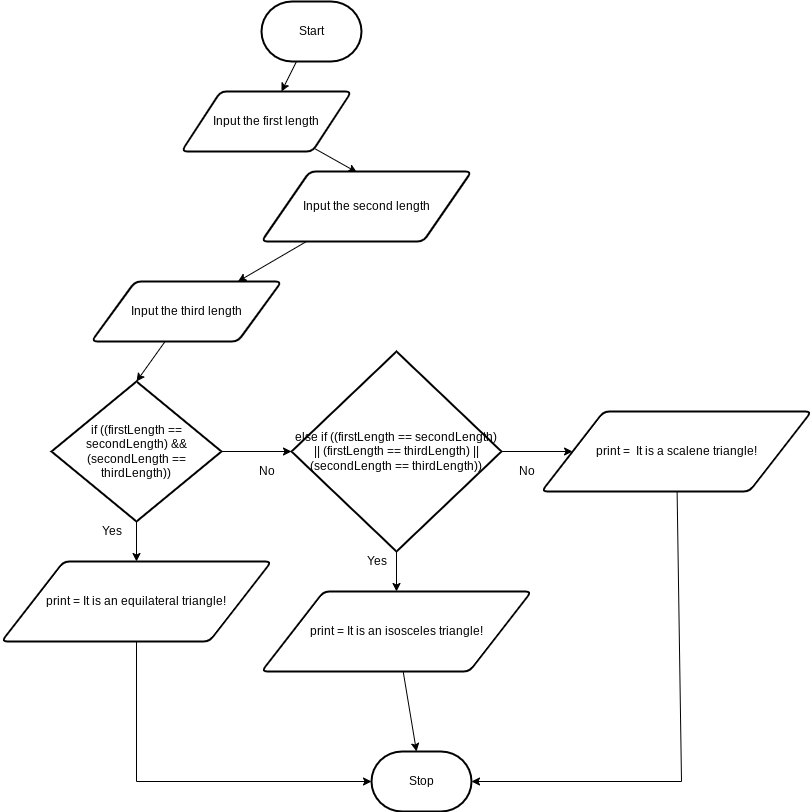
This is design/flow-chart.png from Kenny-Le-281/ICS2O-Unit5-05-HTML, a draw.io export, as it was before one commit. Source tidied: cells renumbered, new cells last; positions are measured from the earlier drawing's top-left corner, leaving out a move shared by most shapes. The source it was exported from:
```xml
<mxGraphModel>
  <root>
    <mxCell id="0" />
    <mxCell id="1" parent="0" />
    <mxCell id="2" style="edgeStyle=none;html=1;" parent="1" edge="1" source="3" target="5">
      <mxGeometry relative="1" as="geometry" />
    </mxCell>
    <mxCell id="3" value="Start" style="strokeWidth=2;html=1;shape=mxgraph.flowchart.terminator;whiteSpace=wrap;" parent="1" vertex="1">
      <mxGeometry x="260" width="100" height="60" as="geometry" />
    </mxCell>
    <mxCell id="4" style="edgeStyle=none;html=1;entryX=0.454;entryY=0.011;entryDx=0;entryDy=0;entryPerimeter=0;" parent="1" edge="1" source="5" target="7">
      <mxGeometry relative="1" as="geometry" />
    </mxCell>
    <mxCell id="5" value="Input the first length" style="shape=parallelogram;html=1;strokeWidth=2;perimeter=parallelogramPerimeter;whiteSpace=wrap;rounded=1;arcSize=12;size=0.23;" parent="1" vertex="1">
      <mxGeometry x="180" y="90" width="170" height="60" as="geometry" />
    </mxCell>
    <mxCell id="6" style="edgeStyle=none;html=1;" parent="1" edge="1" source="7" target="9">
      <mxGeometry relative="1" as="geometry" />
    </mxCell>
    <mxCell id="7" value="Input the second length" style="shape=parallelogram;html=1;strokeWidth=2;perimeter=parallelogramPerimeter;whiteSpace=wrap;rounded=1;arcSize=12;size=0.23;" parent="1" vertex="1">
      <mxGeometry x="260" y="170" width="210" height="70" as="geometry" />
    </mxCell>
    <mxCell id="8" style="edgeStyle=none;html=1;entryX=0.5;entryY=0;entryDx=0;entryDy=0;entryPerimeter=0;" parent="1" edge="1" source="9" target="12">
      <mxGeometry relative="1" as="geometry" />
    </mxCell>
    <mxCell id="9" value="Input the third length" style="shape=parallelogram;html=1;strokeWidth=2;perimeter=parallelogramPerimeter;whiteSpace=wrap;rounded=1;arcSize=12;size=0.23;" parent="1" vertex="1">
      <mxGeometry x="90" y="280" width="190" height="60" as="geometry" />
    </mxCell>
    <mxCell id="10" style="edgeStyle=none;html=1;" parent="1" edge="1" source="12" target="14">
      <mxGeometry relative="1" as="geometry" />
    </mxCell>
    <mxCell id="11" style="edgeStyle=none;html=1;entryX=0;entryY=0.5;entryDx=0;entryDy=0;entryPerimeter=0;" parent="1" edge="1" source="12" target="21">
      <mxGeometry relative="1" as="geometry" />
    </mxCell>
    <mxCell id="12" value="if ((firstLength == secondLength) &amp;amp;&amp;amp; (secondLength == thirdLength))" style="strokeWidth=2;html=1;shape=mxgraph.flowchart.decision;whiteSpace=wrap;" parent="1" vertex="1">
      <mxGeometry x="50" y="380" width="170" height="140" as="geometry" />
    </mxCell>
    <mxCell id="13" style="edgeStyle=none;html=1;entryX=0;entryY=0.5;entryDx=0;entryDy=0;entryPerimeter=0;rounded=0;" parent="1" edge="1" source="14" target="26">
      <mxGeometry relative="1" as="geometry">
        <Array as="points">
          <mxPoint x="135" y="780" />
        </Array>
      </mxGeometry>
    </mxCell>
    <mxCell id="14" value="print =&amp;nbsp;It is an equilateral triangle!" style="shape=parallelogram;html=1;strokeWidth=2;perimeter=parallelogramPerimeter;whiteSpace=wrap;rounded=1;arcSize=12;size=0.23;" parent="1" vertex="1">
      <mxGeometry y="560" width="270" height="80" as="geometry" />
    </mxCell>
    <mxCell id="15" value="Yes" style="text;html=1;align=center;verticalAlign=middle;fillColor=none;strokeColor=none;rounded=0;" parent="1" vertex="1">
      <mxGeometry x="90" y="520" width="40" height="20" as="geometry" />
    </mxCell>
    <mxCell id="16" value="No" style="text;html=1;align=center;verticalAlign=middle;fillColor=none;strokeColor=none;rounded=0;" parent="1" vertex="1">
      <mxGeometry x="250" y="460" width="30" height="20" as="geometry" />
    </mxCell>
    <mxCell id="17" style="edgeStyle=none;rounded=0;html=1;" parent="1" edge="1" source="18" target="26">
      <mxGeometry relative="1" as="geometry" />
    </mxCell>
    <mxCell id="18" value="print =&amp;nbsp;It is an isosceles triangle!" style="shape=parallelogram;html=1;strokeWidth=2;perimeter=parallelogramPerimeter;whiteSpace=wrap;rounded=1;arcSize=12;size=0.23;" parent="1" vertex="1">
      <mxGeometry x="260" y="590" width="270" height="80" as="geometry" />
    </mxCell>
    <mxCell id="19" style="edgeStyle=none;html=1;entryX=0.5;entryY=0;entryDx=0;entryDy=0;" parent="1" edge="1" source="21" target="18">
      <mxGeometry relative="1" as="geometry" />
    </mxCell>
    <mxCell id="20" style="edgeStyle=none;html=1;" parent="1" edge="1" source="21" target="23">
      <mxGeometry relative="1" as="geometry" />
    </mxCell>
    <mxCell id="21" value="else if ((firstLength == secondLength) || (firstLength == thirdLength) || (secondLength == thirdLength))" style="strokeWidth=2;html=1;shape=mxgraph.flowchart.decision;whiteSpace=wrap;" parent="1" vertex="1">
      <mxGeometry x="290" y="350" width="210" height="200" as="geometry" />
    </mxCell>
    <mxCell id="22" style="edgeStyle=none;rounded=0;html=1;entryX=1;entryY=0.5;entryDx=0;entryDy=0;entryPerimeter=0;" parent="1" edge="1" source="23" target="26">
      <mxGeometry relative="1" as="geometry">
        <Array as="points">
          <mxPoint x="680" y="780" />
        </Array>
      </mxGeometry>
    </mxCell>
    <mxCell id="23" value="print =&amp;nbsp;&amp;nbsp;It is a scalene triangle!" style="shape=parallelogram;html=1;strokeWidth=2;perimeter=parallelogramPerimeter;whiteSpace=wrap;rounded=1;arcSize=12;size=0.23;" parent="1" vertex="1">
      <mxGeometry x="540" y="410" width="270" height="80" as="geometry" />
    </mxCell>
    <mxCell id="24" value="No" style="text;html=1;align=center;verticalAlign=middle;fillColor=none;strokeColor=none;rounded=0;" parent="1" vertex="1">
      <mxGeometry x="510" y="460" width="30" height="20" as="geometry" />
    </mxCell>
    <mxCell id="25" value="Yes" style="text;html=1;align=center;verticalAlign=middle;fillColor=none;strokeColor=none;rounded=0;" parent="1" vertex="1">
      <mxGeometry x="355" y="550" width="40" height="20" as="geometry" />
    </mxCell>
    <mxCell id="26" value="Stop" style="strokeWidth=2;html=1;shape=mxgraph.flowchart.terminator;whiteSpace=wrap;" parent="1" vertex="1">
      <mxGeometry x="370" y="750" width="100" height="60" as="geometry" />
    </mxCell>
  </root>
</mxGraphModel>
```
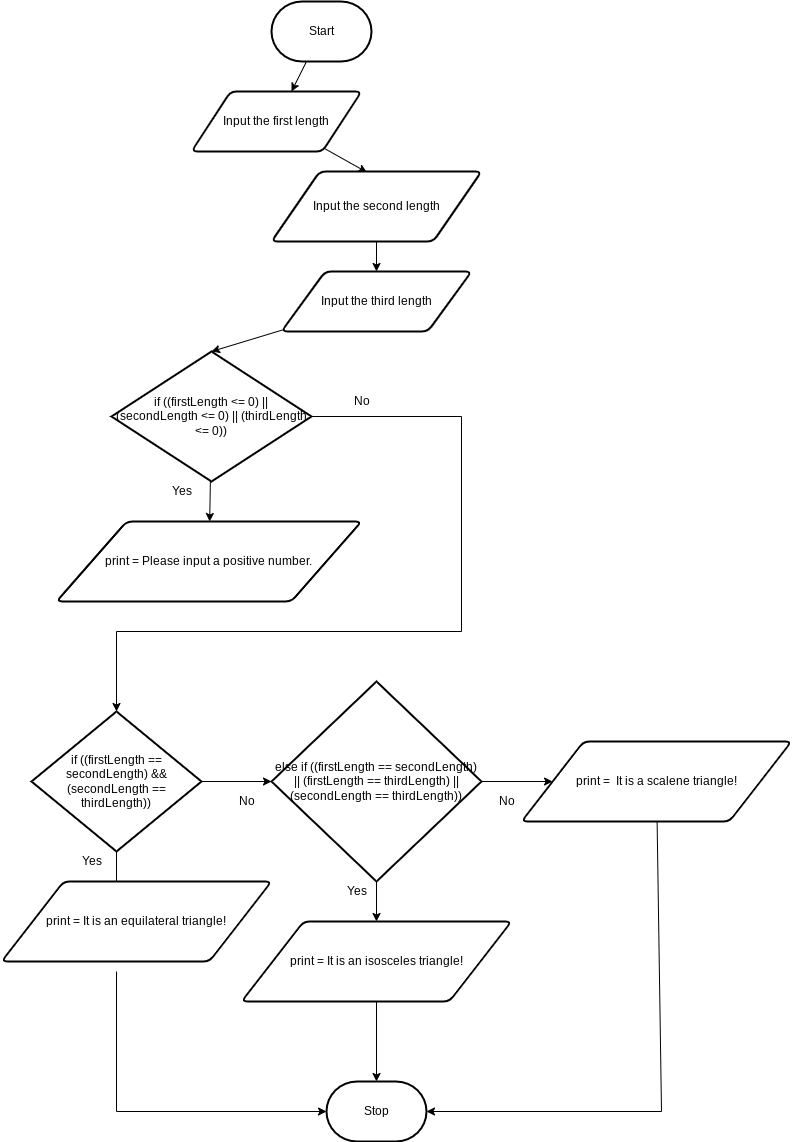
The same file after the commit.

What changed in the source:
```diff
@@ -6,28 +6,30 @@
       <mxGeometry relative="1" as="geometry" />
     </mxCell>
     <mxCell id="3" value="Start" style="strokeWidth=2;html=1;shape=mxgraph.flowchart.terminator;whiteSpace=wrap;" parent="1" vertex="1">
-      <mxGeometry x="260" width="100" height="60" as="geometry" />
+      <mxGeometry x="290" y="-330" width="100" height="60" as="geometry" />
     </mxCell>
     <mxCell id="4" style="edgeStyle=none;html=1;entryX=0.454;entryY=0.011;entryDx=0;entryDy=0;entryPerimeter=0;" parent="1" edge="1" source="5" target="7">
       <mxGeometry relative="1" as="geometry" />
     </mxCell>
     <mxCell id="5" value="Input the first length" style="shape=parallelogram;html=1;strokeWidth=2;perimeter=parallelogramPerimeter;whiteSpace=wrap;rounded=1;arcSize=12;size=0.23;" parent="1" vertex="1">
-      <mxGeometry x="180" y="90" width="170" height="60" as="geometry" />
+      <mxGeometry x="210" y="-240" width="170" height="60" as="geometry" />
     </mxCell>
     <mxCell id="6" style="edgeStyle=none;html=1;" parent="1" edge="1" source="7" target="9">
       <mxGeometry relative="1" as="geometry" />
     </mxCell>
     <mxCell id="7" value="Input the second length" style="shape=parallelogram;html=1;strokeWidth=2;perimeter=parallelogramPerimeter;whiteSpace=wrap;rounded=1;arcSize=12;size=0.23;" parent="1" vertex="1">
-      <mxGeometry x="260" y="170" width="210" height="70" as="geometry" />
+      <mxGeometry x="290" y="-160" width="210" height="70" as="geometry" />
     </mxCell>
-    <mxCell id="8" style="edgeStyle=none;html=1;entryX=0.5;entryY=0;entryDx=0;entryDy=0;entryPerimeter=0;" parent="1" edge="1" source="9" target="12">
-      <mxGeometry relative="1" as="geometry" />
-    </mxCell>
+    <mxCell id="27" style="edgeStyle=none;html=1;entryX=0.5;entryY=0;entryDx=0;entryDy=0;entryPerimeter=0;" parent="1" edge="1" source="9" target="30">
+      <mxGeometry relative="1" as="geometry" />
+    </mxCell>
     <mxCell id="9" value="Input the third length" style="shape=parallelogram;html=1;strokeWidth=2;perimeter=parallelogramPerimeter;whiteSpace=wrap;rounded=1;arcSize=12;size=0.23;" parent="1" vertex="1">
-      <mxGeometry x="90" y="280" width="190" height="60" as="geometry" />
+      <mxGeometry x="300" y="-60" width="190" height="60" as="geometry" />
     </mxCell>
-    <mxCell id="10" style="edgeStyle=none;html=1;" parent="1" edge="1" source="12" target="14">
-      <mxGeometry relative="1" as="geometry" />
+    <mxCell id="10" style="edgeStyle=none;html=1;" parent="1" edge="1" source="12">
+      <mxGeometry relative="1" as="geometry">
+        <mxPoint x="135" y="560" as="targetPoint" />
+      </mxGeometry>
     </mxCell>
     <mxCell id="11" style="edgeStyle=none;html=1;entryX=0;entryY=0.5;entryDx=0;entryDy=0;entryPerimeter=0;" parent="1" edge="1" source="12" target="21">
       <mxGeometry relative="1" as="geometry" />
@@ -35,15 +37,16 @@
     <mxCell id="12" value="if ((firstLength == secondLength) &amp;amp;&amp;amp; (secondLength == thirdLength))" style="strokeWidth=2;html=1;shape=mxgraph.flowchart.decision;whiteSpace=wrap;" parent="1" vertex="1">
       <mxGeometry x="50" y="380" width="170" height="140" as="geometry" />
     </mxCell>
-    <mxCell id="13" style="edgeStyle=none;html=1;entryX=0;entryY=0.5;entryDx=0;entryDy=0;entryPerimeter=0;rounded=0;" parent="1" edge="1" source="14" target="26">
+    <mxCell id="13" style="edgeStyle=none;html=1;entryX=0;entryY=0.5;entryDx=0;entryDy=0;entryPerimeter=0;rounded=0;" parent="1" edge="1" target="26">
       <mxGeometry relative="1" as="geometry">
+        <mxPoint x="135" y="640" as="sourcePoint" />
         <Array as="points">
           <mxPoint x="135" y="780" />
         </Array>
       </mxGeometry>
     </mxCell>
     <mxCell id="14" value="print =&amp;nbsp;It is an equilateral triangle!" style="shape=parallelogram;html=1;strokeWidth=2;perimeter=parallelogramPerimeter;whiteSpace=wrap;rounded=1;arcSize=12;size=0.23;" parent="1" vertex="1">
-      <mxGeometry y="560" width="270" height="80" as="geometry" />
+      <mxGeometry x="20" y="550" width="270" height="80" as="geometry" />
     </mxCell>
     <mxCell id="15" value="Yes" style="text;html=1;align=center;verticalAlign=middle;fillColor=none;strokeColor=none;rounded=0;" parent="1" vertex="1">
       <mxGeometry x="90" y="520" width="40" height="20" as="geometry" />
@@ -83,7 +86,31 @@
       <mxGeometry x="355" y="550" width="40" height="20" as="geometry" />
     </mxCell>
     <mxCell id="26" value="Stop" style="strokeWidth=2;html=1;shape=mxgraph.flowchart.terminator;whiteSpace=wrap;" parent="1" vertex="1">
-      <mxGeometry x="370" y="750" width="100" height="60" as="geometry" />
+      <mxGeometry x="345" y="750" width="100" height="60" as="geometry" />
     </mxCell>
+    <mxCell id="28" style="edgeStyle=none;html=1;" parent="1" edge="1" source="30" target="31">
+      <mxGeometry relative="1" as="geometry" />
+    </mxCell>
+    <mxCell id="29" style="edgeStyle=none;html=1;entryX=0.5;entryY=0;entryDx=0;entryDy=0;entryPerimeter=0;rounded=0;" parent="1" edge="1" source="30" target="12">
+      <mxGeometry relative="1" as="geometry">
+        <Array as="points">
+          <mxPoint x="480" y="85" />
+          <mxPoint x="480" y="300" />
+          <mxPoint x="135" y="300" />
+        </Array>
+      </mxGeometry>
+    </mxCell>
+    <mxCell id="30" value="if ((firstLength &amp;lt;= 0) || (secondLength &amp;lt;= 0) || (thirdLength &amp;lt;= 0))" style="strokeWidth=2;html=1;shape=mxgraph.flowchart.decision;whiteSpace=wrap;" parent="1" vertex="1">
+      <mxGeometry x="130" y="20" width="200" height="130" as="geometry" />
+    </mxCell>
+    <mxCell id="31" value="print =&amp;nbsp;Please input a positive number." style="shape=parallelogram;html=1;strokeWidth=2;perimeter=parallelogramPerimeter;whiteSpace=wrap;rounded=1;arcSize=12;size=0.23;" parent="1" vertex="1">
+      <mxGeometry x="75" y="190" width="305" height="80" as="geometry" />
+    </mxCell>
+    <mxCell id="32" value="Yes" style="text;html=1;align=center;verticalAlign=middle;fillColor=none;strokeColor=none;rounded=0;" parent="1" vertex="1">
+      <mxGeometry x="180" y="150" width="40" height="20" as="geometry" />
+    </mxCell>
+    <mxCell id="33" value="No" style="text;html=1;align=center;verticalAlign=middle;fillColor=none;strokeColor=none;rounded=0;" parent="1" vertex="1">
+      <mxGeometry x="365" y="60" width="30" height="20" as="geometry" />
+    </mxCell>
   </root>
 </mxGraphModel>
```
